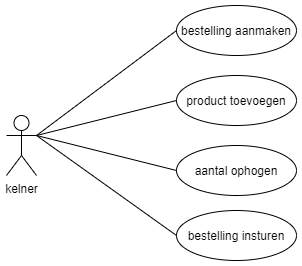
Before: documentatie/usecase/usecase-bestellingen.drawio.png, a diagram exported from draw.io (Armaniimus/ARE_Galaxy-burger). Source tidied: cells renumbered, new cells last; positions are measured from the earlier drawing's top-left corner, leaving out a move shared by most shapes. Source of this version:
```xml
<mxGraphModel>
  <root>
    <mxCell id="0" />
    <mxCell id="1" parent="0" />
    <mxCell id="2" value="kelner" style="shape=umlActor;verticalLabelPosition=bottom;verticalAlign=top;html=1;outlineConnect=0;" parent="1" vertex="1">
      <mxGeometry y="110" width="30" height="60" as="geometry" />
    </mxCell>
    <mxCell id="3" value="bestelling aanmaken" style="ellipse;whiteSpace=wrap;html=1;" parent="1" vertex="1">
      <mxGeometry x="170" width="120" height="50" as="geometry" />
    </mxCell>
    <mxCell id="4" value="product toevoegen" style="ellipse;whiteSpace=wrap;html=1;" parent="1" vertex="1">
      <mxGeometry x="170" y="70" width="120" height="50" as="geometry" />
    </mxCell>
    <mxCell id="5" value="aantal ophogen" style="ellipse;whiteSpace=wrap;html=1;" parent="1" vertex="1">
      <mxGeometry x="170" y="140" width="120" height="50" as="geometry" />
    </mxCell>
    <mxCell id="6" value="bestelling insturen" style="ellipse;whiteSpace=wrap;html=1;" parent="1" vertex="1">
      <mxGeometry x="170" y="205" width="120" height="50" as="geometry" />
    </mxCell>
    <mxCell id="7" style="endArrow=none;html=1;rounded=0;strokeColor=default;exitX=1;exitY=0.3333333333333333;exitDx=0;exitDy=0;exitPerimeter=0;entryX=0;entryY=0.5;entryDx=0;entryDy=0;" parent="1" edge="1" source="2" target="4">
      <mxGeometry relative="1" as="geometry" />
    </mxCell>
    <mxCell id="8" style="endArrow=none;html=1;rounded=0;strokeColor=default;exitX=1;exitY=0.3333333333333333;exitDx=0;exitDy=0;exitPerimeter=0;entryX=0;entryY=0.5;entryDx=0;entryDy=0;" parent="1" edge="1" source="2" target="3">
      <mxGeometry relative="1" as="geometry" />
    </mxCell>
    <mxCell id="9" style="endArrow=none;html=1;rounded=0;strokeColor=default;exitX=1;exitY=0.3333333333333333;exitDx=0;exitDy=0;exitPerimeter=0;entryX=0;entryY=0.5;entryDx=0;entryDy=0;" parent="1" edge="1" source="2" target="5">
      <mxGeometry relative="1" as="geometry" />
    </mxCell>
    <mxCell id="10" style="endArrow=none;html=1;rounded=0;strokeColor=default;entryX=0;entryY=0.5;entryDx=0;entryDy=0;exitX=1;exitY=0.3333333333333333;exitDx=0;exitDy=0;exitPerimeter=0;" parent="1" edge="1" source="2" target="6">
      <mxGeometry relative="1" as="geometry" />
    </mxCell>
  </root>
</mxGraphModel>
```
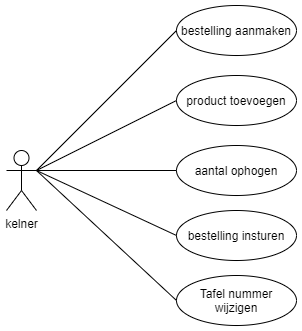
After the commit.

The edit, as a diff of the source:
```diff
@@ -3,7 +3,7 @@
     <mxCell id="0" />
     <mxCell id="1" parent="0" />
     <mxCell id="2" value="kelner" style="shape=umlActor;verticalLabelPosition=bottom;verticalAlign=top;html=1;outlineConnect=0;" parent="1" vertex="1">
-      <mxGeometry y="110" width="30" height="60" as="geometry" />
+      <mxGeometry y="145" width="30" height="60" as="geometry" />
     </mxCell>
     <mxCell id="3" value="bestelling aanmaken" style="ellipse;whiteSpace=wrap;html=1;" parent="1" vertex="1">
       <mxGeometry x="170" width="120" height="50" as="geometry" />
@@ -29,5 +29,11 @@
     <mxCell id="10" style="endArrow=none;html=1;rounded=0;strokeColor=default;entryX=0;entryY=0.5;entryDx=0;entryDy=0;exitX=1;exitY=0.3333333333333333;exitDx=0;exitDy=0;exitPerimeter=0;" parent="1" edge="1" source="2" target="6">
       <mxGeometry relative="1" as="geometry" />
     </mxCell>
+    <mxCell id="11" value="Tafel nummer wijzigen" style="ellipse;whiteSpace=wrap;html=1;" parent="1" vertex="1">
+      <mxGeometry x="170" y="270" width="120" height="50" as="geometry" />
+    </mxCell>
+    <mxCell id="12" style="endArrow=none;html=1;rounded=0;strokeColor=default;entryX=0;entryY=0.5;entryDx=0;entryDy=0;exitX=1;exitY=0.3333333333333333;exitDx=0;exitDy=0;exitPerimeter=0;" parent="1" edge="1" source="2" target="11">
+      <mxGeometry relative="1" as="geometry" />
+    </mxCell>
   </root>
 </mxGraphModel>
```
